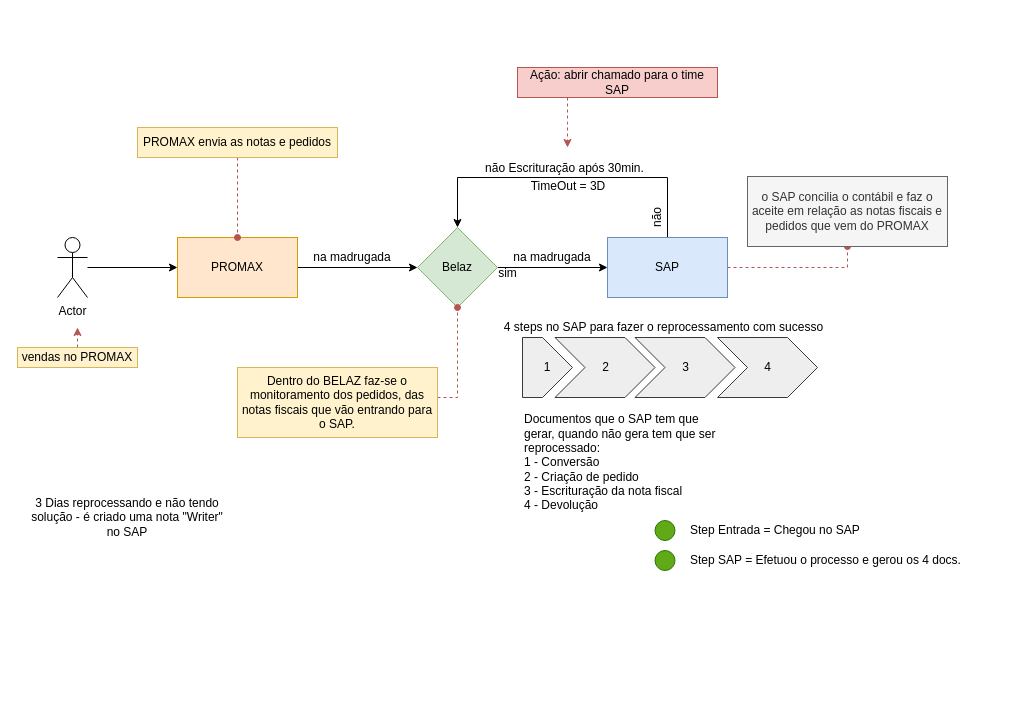
This is page "mod-Nfiscal" (1 of 3) of Diagrama sem nome.drawio from aguinaldo1/Lab01-ProjAPP, a draw.io file, before an edit. Source tidied: cells renumbered, new cells numbered last; positions are measured from the earlier drawing's top-left corner, leaving out a move shared by most shapes. Both pictures are drawn from the tidied source at 100%, with x=0, y=0 at pixel (17, 67).
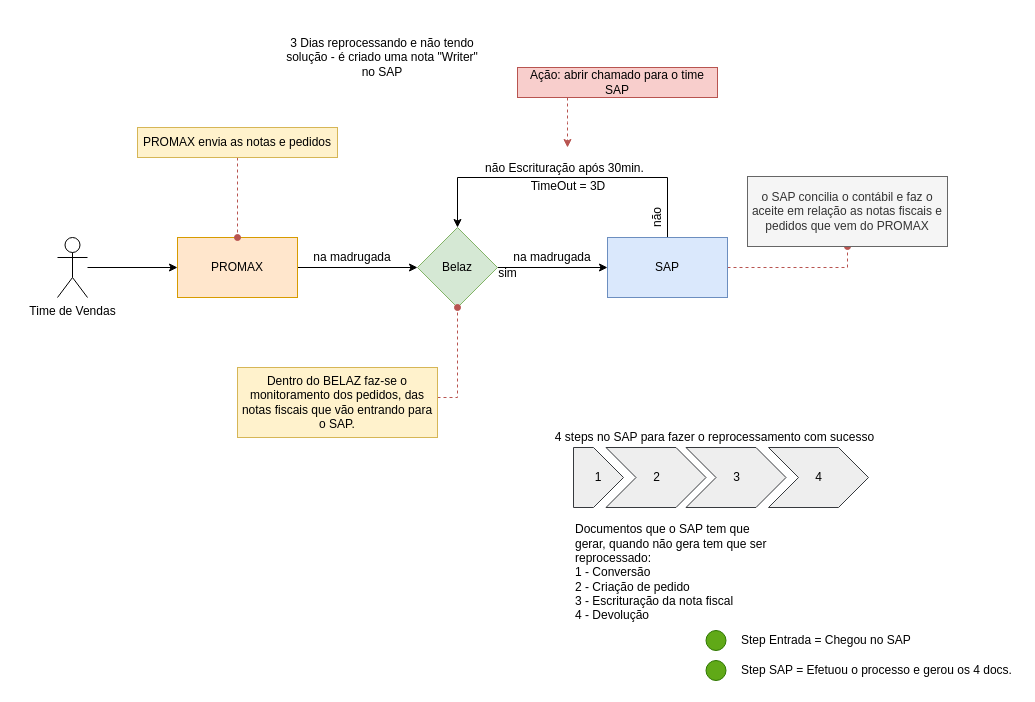
After the change.

The edit, as a diff of the source:
```diff
@@
-    <mxCell id="15" value="Actor" style="shape=umlActor;verticalLabelPosition=bottom;verticalAlign=top;html=1;outlineConnect=0;" parent="1" vertex="1">
+    <mxCell id="15" value="Time de Vendas" style="shape=umlActor;verticalLabelPosition=bottom;verticalAlign=top;html=1;outlineConnect=0;" parent="1" vertex="1">
       <mxGeometry x="40" y="170" width="30" height="60" as="geometry" />
     </mxCell>
-    <mxCell id="16" style="edgeStyle=orthogonalEdgeStyle;rounded=0;jettySize=auto;html=1;dashed=1;fillColor=#f8cecc;strokeColor=#b85450;" parent="1" edge="1" source="17">
-      <mxGeometry relative="1" as="geometry">
-        <mxPoint x="60" y="260" as="targetPoint" />
-      </mxGeometry>
-    </mxCell>
-    <mxCell id="17" value="vendas no PROMAX" style="text;html=1;strokeColor=#d6b656;fillColor=#fff2cc;align=center;verticalAlign=middle;whiteSpace=wrap;rounded=0;" parent="1" vertex="1">
-      <mxGeometry y="280" width="120" height="20" as="geometry" />
-    </mxCell>
@@
     <mxCell id="26" value="3 Dias reprocessando e não tendo solução - é criado uma nota &quot;Writer&quot; no SAP" style="text;html=1;strokeColor=none;fillColor=none;align=center;verticalAlign=middle;whiteSpace=wrap;rounded=0;" parent="1" vertex="1">
-      <mxGeometry x="10" y="410" width="200" height="80" as="geometry" />
+      <mxGeometry x="265" y="-50" width="200" height="80" as="geometry" />
     </mxCell>
     <mxCell id="27" value="2" style="html=1;shadow=0;dashed=0;align=center;verticalAlign=middle;shape=mxgraph.arrows2.arrow;dy=0;dx=30;notch=30;fillColor=#eeeeee;strokeColor=#36393d;" parent="1" vertex="1">
-      <mxGeometry x="537.5" y="270" width="100" height="60" as="geometry" />
+      <mxGeometry x="588.5" y="380" width="100" height="60" as="geometry" />
     </mxCell>
     <mxCell id="28" value="3" style="html=1;shadow=0;dashed=0;align=center;verticalAlign=middle;shape=mxgraph.arrows2.arrow;dy=0;dx=30;notch=30;fillColor=#eeeeee;strokeColor=#36393d;" parent="1" vertex="1">
-      <mxGeometry x="617.5" y="270" width="100" height="60" as="geometry" />
+      <mxGeometry x="668.5" y="380" width="100" height="60" as="geometry" />
     </mxCell>
     <mxCell id="29" value="4" style="html=1;shadow=0;dashed=0;align=center;verticalAlign=middle;shape=mxgraph.arrows2.arrow;dy=0;dx=30;notch=30;fillColor=#eeeeee;strokeColor=#36393d;" parent="1" vertex="1">
-      <mxGeometry x="700" y="270" width="100" height="60" as="geometry" />
+      <mxGeometry x="751" y="380" width="100" height="60" as="geometry" />
     </mxCell>
     <mxCell id="30" value="1" style="shape=offPageConnector;whiteSpace=wrap;html=1;direction=north;size=0.6;fillColor=#eeeeee;strokeColor=#36393d;" parent="1" vertex="1">
-      <mxGeometry x="505" y="270" width="50" height="60" as="geometry" />
+      <mxGeometry x="556" y="380" width="50" height="60" as="geometry" />
     </mxCell>
     <mxCell id="31" value="Documentos que o SAP tem que gerar, quando não gera tem que ser reprocessado:&lt;br&gt;1 - Conversão&lt;br&gt;2 - Criação de pedido&lt;br&gt;3 - Escrituração da nota fiscal&lt;br&gt;4 - Devolução" style="text;html=1;strokeColor=none;fillColor=none;align=left;verticalAlign=middle;whiteSpace=wrap;rounded=0;" parent="1" vertex="1">
-      <mxGeometry x="505" y="340" width="200" height="110" as="geometry" />
+      <mxGeometry x="556" y="450" width="200" height="110" as="geometry" />
     </mxCell>
     <mxCell id="32" value="4 steps no SAP para fazer o reprocessamento com sucesso" style="text;html=1;strokeColor=none;fillColor=none;align=center;verticalAlign=middle;whiteSpace=wrap;rounded=0;" parent="1" vertex="1">
-      <mxGeometry x="479" y="250" width="335" height="20" as="geometry" />
+      <mxGeometry x="530" y="360" width="335" height="20" as="geometry" />
     </mxCell>
-    <mxCell id="33" style="ellipse;whiteSpace=wrap;html=1;fillColor=#60a917;strokeColor=#2D7600;fontColor=#ffffff;" parent="1" vertex="1">
-      <mxGeometry x="637.5" y="453" width="20" height="20" as="geometry" />
-    </mxCell>
+    <mxCell id="37" style="ellipse;whiteSpace=wrap;html=1;fillColor=#60a917;strokeColor=#2D7600;fontColor=#ffffff;" parent="1" vertex="1">
+      <mxGeometry x="688.5" y="563" width="20" height="20" as="geometry" />
+    </mxCell>
     <mxCell id="34" value="Step Entrada = Chegou no SAP" style="text;html=1;strokeColor=none;fillColor=none;align=left;verticalAlign=middle;whiteSpace=wrap;rounded=0;" parent="1" vertex="1">
-      <mxGeometry x="671" y="448" width="209" height="30" as="geometry" />
+      <mxGeometry x="722" y="558" width="209" height="30" as="geometry" />
     </mxCell>
-    <mxCell id="35" style="ellipse;whiteSpace=wrap;html=1;fillColor=#60a917;strokeColor=#2D7600;fontColor=#ffffff;" parent="1" vertex="1">
-      <mxGeometry x="637.5" y="483" width="20" height="20" as="geometry" />
-    </mxCell>
+    <mxCell id="38" style="ellipse;whiteSpace=wrap;html=1;fillColor=#60a917;strokeColor=#2D7600;fontColor=#ffffff;" parent="1" vertex="1">
+      <mxGeometry x="688.5" y="593" width="20" height="20" as="geometry" />
+    </mxCell>
     <mxCell id="36" value="Step SAP = Efetuou o processo e gerou os 4 docs." style="text;html=1;strokeColor=none;fillColor=none;align=left;verticalAlign=middle;whiteSpace=wrap;rounded=0;" parent="1" vertex="1">
-      <mxGeometry x="671" y="478" width="279" height="30" as="geometry" />
+      <mxGeometry x="722" y="588" width="279" height="30" as="geometry" />
     </mxCell>
```
